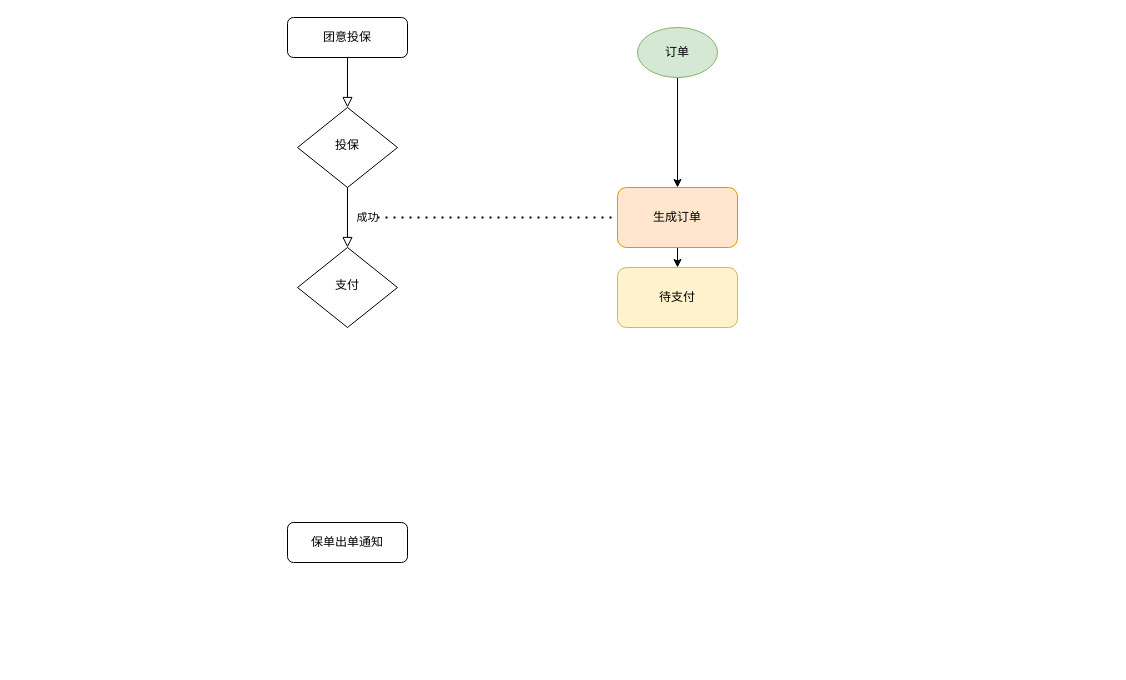
Earlier version of the draw.io diagram insur/pa-group.drawio (zhanghaiyang1/draw). Source tidied: cells renumbered, new cells numbered last; positions are measured from the earlier drawing's top-left corner, leaving out a move shared by most shapes. Both pictures are drawn from the tidied source at 100%, with x=0, y=0 at pixel (287, 17).
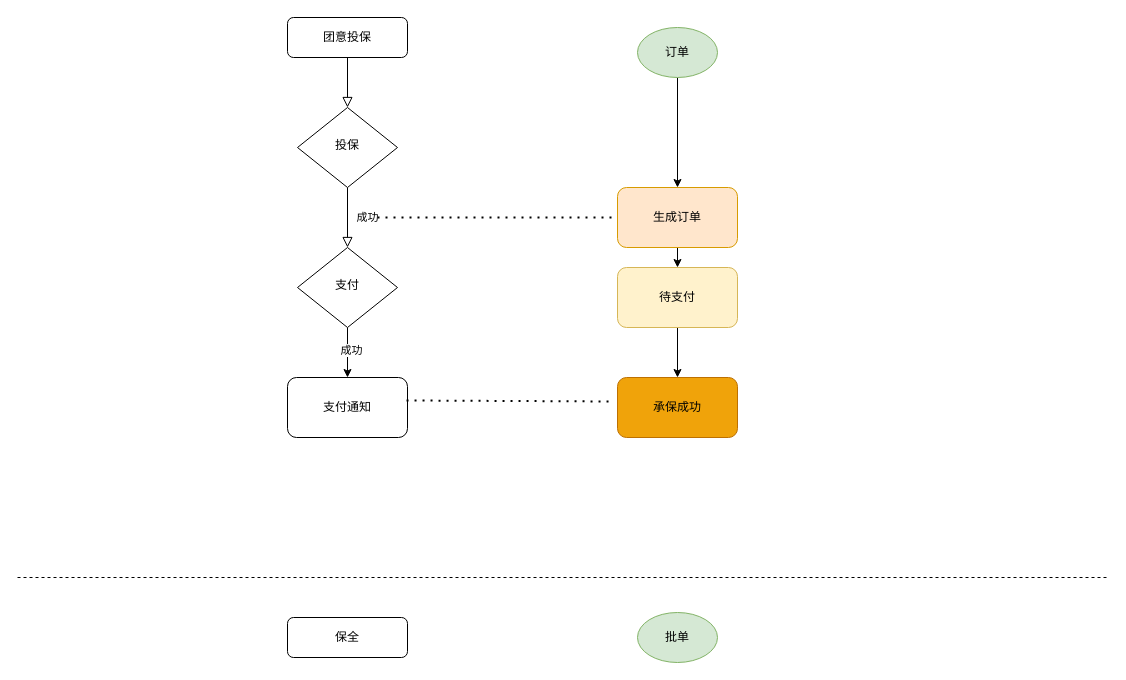
The same diagram, later.

The change refers to these unchanged cells:
```xml
<mxCell id="6" value="支付" style="rhombus;whiteSpace=wrap;html=1;shadow=0;fontFamily=Helvetica;fontSize=12;align=center;strokeWidth=1;spacing=6;spacingTop=-4;" parent="1" vertex="1">
  <mxGeometry x="10" y="230" width="100" height="80" as="geometry" />
</mxCell>
<mxCell id="13" value="待支付" style="rounded=1;whiteSpace=wrap;html=1;fillColor=#fff2cc;strokeColor=#d6b656;" parent="1" vertex="1">
  <mxGeometry x="330" y="250" width="120" height="60" as="geometry" />
</mxCell>
```

Diff of the diagram source:
```diff
@@
+    <mxCell id="14" style="edgeStyle=orthogonalEdgeStyle;rounded=0;jettySize=auto;html=1;exitX=0.5;exitY=1;exitDx=0;exitDy=0;entryX=0.5;entryY=0;entryDx=0;entryDy=0;" parent="1" edge="1" source="6" target="17">
+      <mxGeometry relative="1" as="geometry" />
+    </mxCell>
+    <mxCell id="15" value="成功" style="edgeLabel;html=1;align=center;verticalAlign=middle;" parent="14" vertex="1">
+      <mxGeometry x="-0.12" y="3" relative="1" as="geometry" />
+    </mxCell>
@@
-    <mxCell id="7" value="保单出单通知" style="rounded=1;whiteSpace=wrap;html=1;fontSize=12;glass=0;strokeWidth=1;shadow=0;" parent="1" vertex="1">
-      <mxGeometry y="505" width="120" height="40" as="geometry" />
+    <mxCell id="7" value="保全" style="rounded=1;whiteSpace=wrap;html=1;fontSize=12;glass=0;strokeWidth=1;shadow=0;" parent="1" vertex="1">
+      <mxGeometry y="600" width="120" height="40" as="geometry" />
     </mxCell>
@@
+    <mxCell id="16" style="edgeStyle=orthogonalEdgeStyle;rounded=0;jettySize=auto;html=1;exitX=0.5;exitY=1;exitDx=0;exitDy=0;" parent="1" edge="1" source="13" target="18">
+      <mxGeometry relative="1" as="geometry" />
+    </mxCell>
@@
+    <mxCell id="17" value="支付通知" style="rounded=1;whiteSpace=wrap;html=1;" parent="1" vertex="1">
+      <mxGeometry y="360" width="120" height="60" as="geometry" />
+    </mxCell>
+    <mxCell id="18" value="承保成功" style="rounded=1;whiteSpace=wrap;html=1;fillColor=#f0a30a;fontColor=#000000;strokeColor=#BD7000;" parent="1" vertex="1">
+      <mxGeometry x="330" y="360" width="120" height="60" as="geometry" />
+    </mxCell>
+    <mxCell id="19" style="endArrow=none;dashed=1;html=1;dashPattern=1 3;strokeWidth=2;rounded=0;entryX=-0.033;entryY=0.4;entryDx=0;entryDy=0;entryPerimeter=0;exitX=0.992;exitY=0.383;exitDx=0;exitDy=0;exitPerimeter=0;" parent="1" edge="1" source="17" target="18">
+      <mxGeometry relative="1" as="geometry" />
+    </mxCell>
+    <mxCell id="20" style="endArrow=none;dashed=1;html=1;rounded=0;" parent="1" edge="1">
+      <mxGeometry relative="1" as="geometry">
+        <mxPoint x="-270" y="560" as="sourcePoint" />
+        <mxPoint x="820" y="560" as="targetPoint" />
+      </mxGeometry>
+    </mxCell>
+    <mxCell id="21" value="批单" style="ellipse;whiteSpace=wrap;html=1;fillColor=#d5e8d4;strokeColor=#82b366;" parent="1" vertex="1">
+      <mxGeometry x="350" y="595" width="80" height="50" as="geometry" />
+    </mxCell>
```
